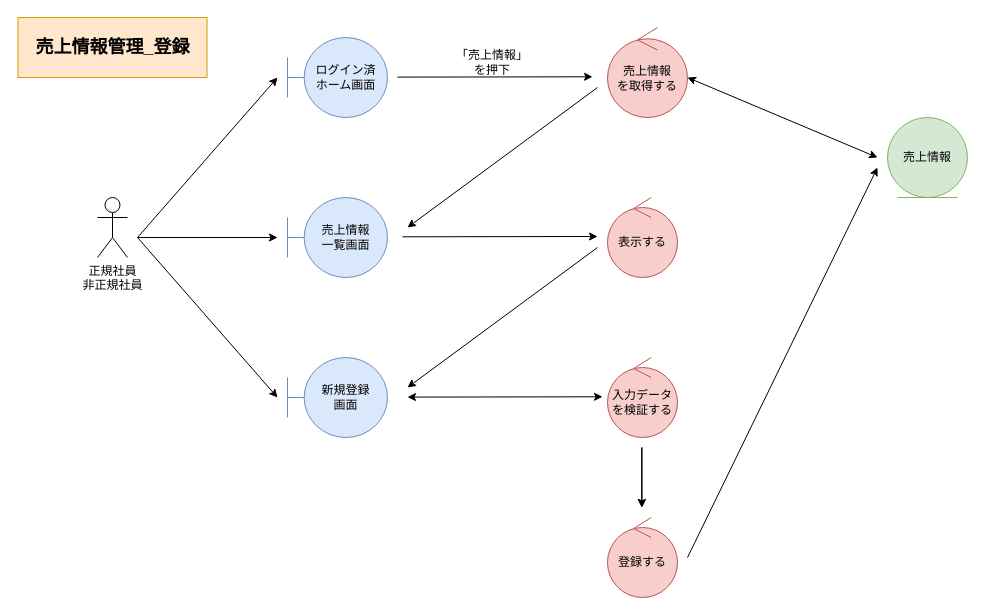
The draw.io diagram page "*売上情報管理_登録" (1 of 4) of 各種設計書/3ロバストネス図/商品情報管理/5.売上.drawio in HaruShim/Sotuken, before the edit. Source tidied: cells renumbered, new cells numbered last; positions are measured from the earlier drawing's top-left corner, leaving out a move shared by most shapes. Both pictures are drawn from the tidied source at 100%, with x=0, y=0 at pixel (17, 17).
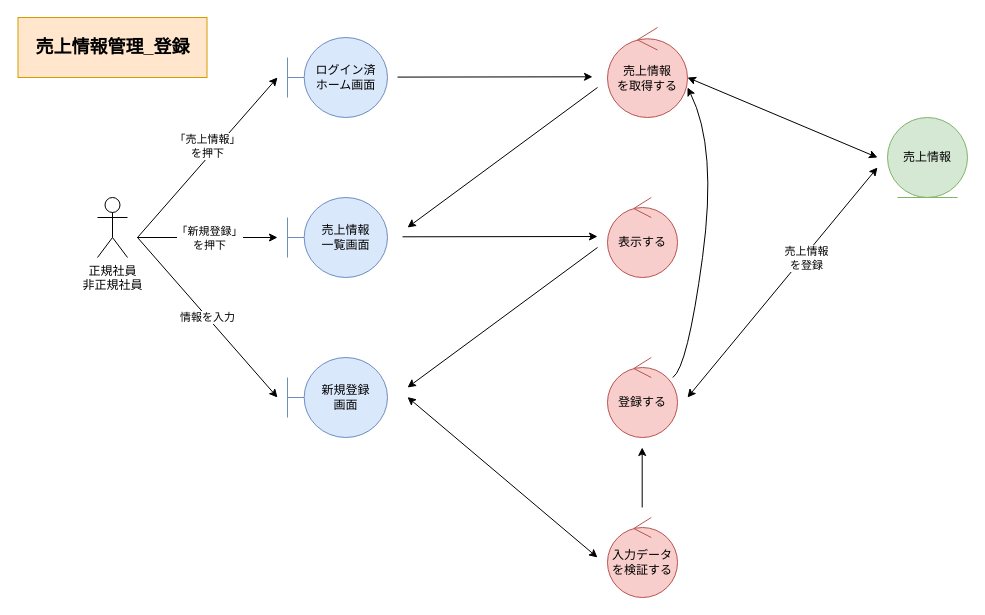
The same diagram, later.

Unchanged cells that the change refers to:
```xml
<mxCell id="11" style="endArrow=classic;html=1;rounded=0;" parent="1" edge="1">
  <mxGeometry relative="1" as="geometry">
    <mxPoint x="120" y="220" as="sourcePoint" />
    <mxPoint x="260" y="380" as="targetPoint" />
  </mxGeometry>
</mxCell>
<mxCell id="12" style="endArrow=classic;html=1;rounded=0;" parent="1" edge="1">
  <mxGeometry relative="1" as="geometry">
    <mxPoint x="120" y="220" as="sourcePoint" />
    <mxPoint x="260" y="220" as="targetPoint" />
  </mxGeometry>
</mxCell>
```

Diff of the diagram source:
```diff
@@
+    <mxCell id="10" style="endArrow=classic;html=1;rounded=0;" parent="1" edge="1">
+      <mxGeometry relative="1" as="geometry">
+        <mxPoint x="120" y="220" as="sourcePoint" />
+        <mxPoint x="260" y="60" as="targetPoint" />
+      </mxGeometry>
+    </mxCell>
-    <mxCell id="9" value="「売上情報」&lt;br&gt;を押下" style="text;html=1;strokeColor=none;fillColor=none;align=center;verticalAlign=middle;whiteSpace=wrap;rounded=0;" parent="1" vertex="1">
-      <mxGeometry x="390" y="30" width="170" height="30" as="geometry" />
+    <mxCell id="9" value="「売上情報」&lt;br&gt;を押下" style="edgeLabel;html=1;align=center;verticalAlign=middle;" parent="10" vertex="1">
+      <mxGeometry x="0.18" y="-4" relative="1" as="geometry">
+        <mxPoint x="-16" as="offset" />
+      </mxGeometry>
     </mxCell>
-    <mxCell id="10" style="endArrow=classic;html=1;rounded=0;" parent="1" edge="1">
-      <mxGeometry relative="1" as="geometry">
-        <mxPoint x="120" y="220" as="sourcePoint" />
-        <mxPoint x="260" y="60" as="targetPoint" />
-      </mxGeometry>
-    </mxCell>
@@
+    <mxCell id="25" value="情報を入力" style="edgeLabel;html=1;align=center;verticalAlign=middle;" parent="11" vertex="1">
+      <mxGeometry x="-0.16" y="2" relative="1" as="geometry">
+        <mxPoint x="9" y="14" as="offset" />
+      </mxGeometry>
+    </mxCell>
@@
+    <mxCell id="26" value="「新規登録」&lt;br&gt;を押下" style="edgeLabel;html=1;align=center;verticalAlign=middle;" parent="12" vertex="1">
+      <mxGeometry x="0.15" y="3" relative="1" as="geometry">
+        <mxPoint x="-10" y="3" as="offset" />
+      </mxGeometry>
+    </mxCell>
@@
-    <mxCell id="18" value="登録する" style="ellipse;shape=umlControl;whiteSpace=wrap;html=1;fillColor=#f8cecc;strokeColor=#b85450;" parent="1" vertex="1">
-      <mxGeometry x="590" y="500" width="70" height="80" as="geometry" />
+    <mxCell id="18" value="登録する" style="ellipse;shape=umlControl;whiteSpace=wrap;html=1;fillColor=#f8cecc;strokeColor=#b85450;fontColor=default;" parent="1" vertex="1">
+      <mxGeometry x="590" y="340" width="70" height="80" as="geometry" />
     </mxCell>
     <mxCell id="19" value="入力データを検証する" style="ellipse;shape=umlControl;whiteSpace=wrap;html=1;fillColor=#f8cecc;strokeColor=#b85450;" parent="1" vertex="1">
-      <mxGeometry x="590" y="340" width="70" height="80" as="geometry" />
+      <mxGeometry x="590" y="500" width="70" height="80" as="geometry" />
     </mxCell>
     <mxCell id="20" style="endArrow=classic;html=1;rounded=0;startArrow=classic;startFill=1;" parent="1" edge="1">
       <mxGeometry relative="1" as="geometry">
         <mxPoint x="390" y="379.6" as="sourcePoint" />
-        <mxPoint x="585" y="379.3" as="targetPoint" />
+        <mxPoint x="580" y="540" as="targetPoint" />
       </mxGeometry>
     </mxCell>
-    <mxCell id="21" style="endArrow=classic;html=1;rounded=0;" parent="1" edge="1">
-      <mxGeometry relative="1" as="geometry">
-        <mxPoint x="624.5" y="430" as="sourcePoint" />
-        <mxPoint x="624.5" y="490" as="targetPoint" />
-      </mxGeometry>
-    </mxCell>
-    <mxCell id="22" style="endArrow=classic;html=1;rounded=0;" parent="1" edge="1">
+    <mxCell id="22" style="endArrow=classic;html=1;rounded=0;strokeColor=default;labelBackgroundColor=default;fontColor=default;startArrow=classic;startFill=1;" parent="1" edge="1">
       <mxGeometry relative="1" as="geometry">
-        <mxPoint x="670" y="540" as="sourcePoint" />
+        <mxPoint x="670" y="380" as="sourcePoint" />
         <mxPoint x="860" y="150" as="targetPoint" />
       </mxGeometry>
     </mxCell>
-    <mxCell id="23" style="endArrow=classic;html=1;rounded=0;" parent="1" edge="1">
-      <mxGeometry relative="1" as="geometry">
-        <mxPoint x="624.2" y="430" as="sourcePoint" />
-        <mxPoint x="624.2" y="490" as="targetPoint" />
-      </mxGeometry>
-    </mxCell>
+    <mxCell id="27" value="売上情報&lt;br&gt;を登録" style="edgeLabel;html=1;align=center;verticalAlign=middle;fontColor=default;labelBackgroundColor=default;" parent="22" vertex="1">
+      <mxGeometry x="0.23" y="-2" relative="1" as="geometry" />
+    </mxCell>
@@
+    <mxCell id="28" style="endArrow=classic;html=1;rounded=0;labelBackgroundColor=default;fontColor=default;strokeColor=default;" parent="1" edge="1">
+      <mxGeometry relative="1" as="geometry">
+        <mxPoint x="624.7" y="490" as="sourcePoint" />
+        <mxPoint x="624.7" y="430" as="targetPoint" />
+      </mxGeometry>
+    </mxCell>
+    <mxCell id="29" style="curved=1;endArrow=classic;html=1;rounded=0;strokeColor=default;labelBackgroundColor=default;fontColor=default;" parent="1" edge="1">
+      <mxGeometry relative="1" as="geometry">
+        <mxPoint x="655.3" y="360" as="sourcePoint" />
+        <mxPoint x="670" y="70" as="targetPoint" />
+        <Array as="points">
+          <mxPoint x="670" y="350" />
+          <mxPoint x="700" y="130" />
+        </Array>
+      </mxGeometry>
+    </mxCell>
```
